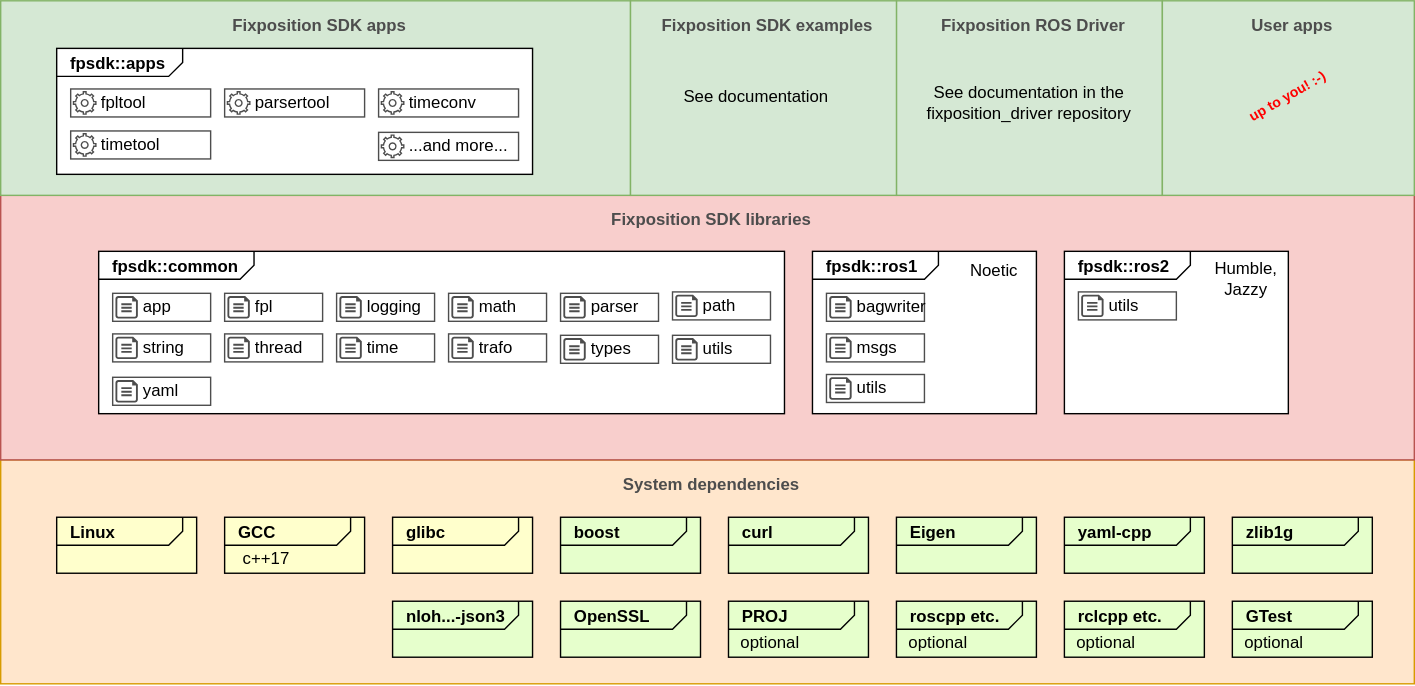
This is fpsdk_doc/fpsdk-overview.drawio.svg from fixposition/fixposition-sdk, a draw.io export, as it was before one commit. Source tidied: cells renumbered, new cells last; positions are measured from the earlier drawing's top-left corner, leaving out a move shared by most shapes.
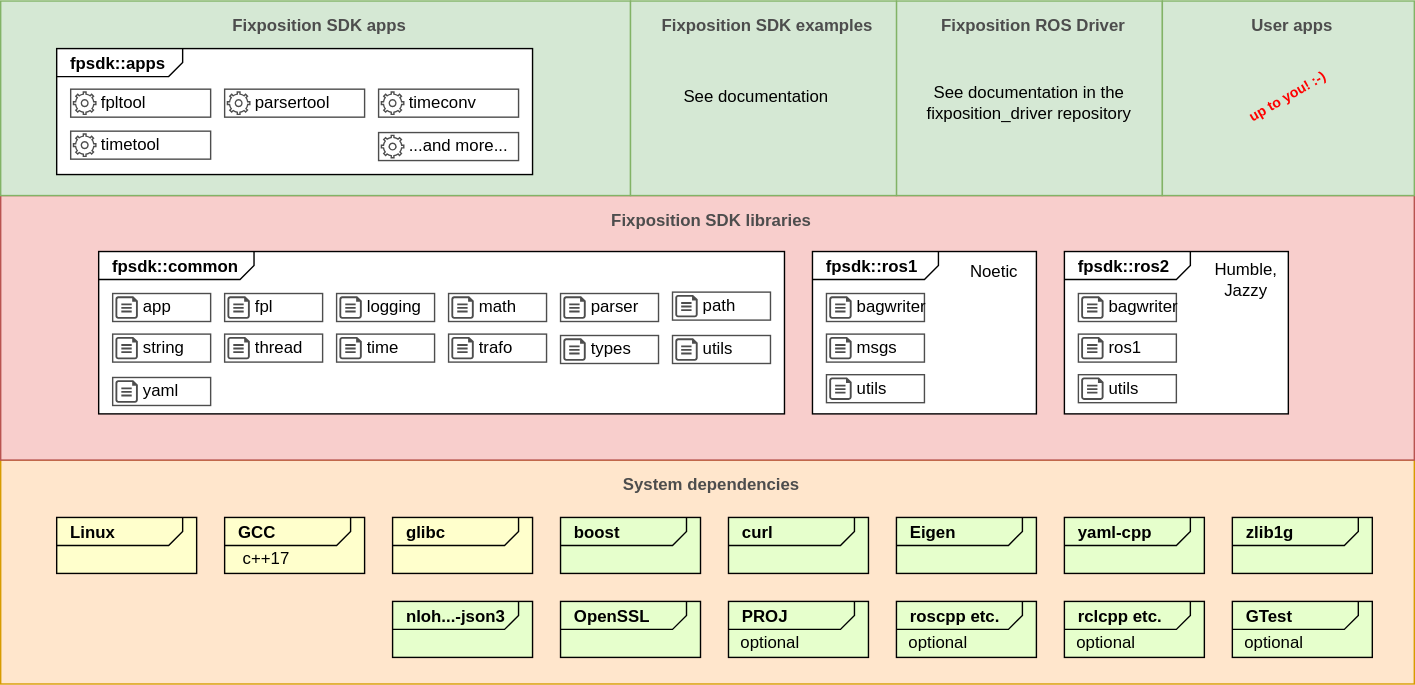
Later version of the same file.

What changed in the source:
```diff
@@ -222,7 +222,7 @@
       <mxGeometry x="760" y="179" width="160" height="116" as="geometry" />
     </mxCell>
     <mxCell id="75" style="group;" parent="1" vertex="1">
-      <mxGeometry x="770" y="208" width="70" height="20" as="geometry" />
+      <mxGeometry x="770" y="267" width="70" height="20" as="geometry" />
     </mxCell>
     <mxCell id="76" value="utils" style="whiteSpace=wrap;html=1;strokeColor=#4D4D4D;strokeWidth=1;fontSize=12;fillColor=default;align=left;spacingLeft=20;" parent="75" vertex="1">
       <mxGeometry width="70" height="20" as="geometry" />
@@ -314,5 +314,23 @@
     <mxCell id="105" value="timetool" style="whiteSpace=wrap;html=1;strokeColor=#4D4D4D;strokeWidth=1;fontSize=12;fillColor=none;align=left;spacingLeft=20;" parent="103" vertex="1">
       <mxGeometry width="100" height="20" as="geometry" />
     </mxCell>
+    <mxCell id="106" style="group;" parent="1" vertex="1">
+      <mxGeometry x="770" y="238" width="70" height="20" as="geometry" />
+    </mxCell>
+    <mxCell id="107" value="ros1" style="whiteSpace=wrap;html=1;strokeColor=#4D4D4D;strokeWidth=1;fontSize=12;fillColor=default;align=left;spacingLeft=20;" parent="106" vertex="1">
+      <mxGeometry width="70" height="20" as="geometry" />
+    </mxCell>
+    <mxCell id="108" style="verticalLabelPosition=bottom;html=1;verticalAlign=top;align=center;strokeColor=none;fillColor=#4D4D4D;shape=mxgraph.azure.cloud_services_configuration_file;fontSize=12;" parent="106" vertex="1">
+      <mxGeometry x="2" y="2" width="16" height="16" as="geometry" />
+    </mxCell>
+    <mxCell id="109" style="group;" parent="1" vertex="1">
+      <mxGeometry x="770" y="209" width="70" height="20" as="geometry" />
+    </mxCell>
+    <mxCell id="110" value="bagwriter" style="whiteSpace=wrap;html=1;strokeColor=#4D4D4D;strokeWidth=1;fontSize=12;fillColor=default;align=left;spacingLeft=20;" parent="109" vertex="1">
+      <mxGeometry width="70" height="20" as="geometry" />
+    </mxCell>
+    <mxCell id="111" style="verticalLabelPosition=bottom;html=1;verticalAlign=top;align=center;strokeColor=none;fillColor=#4D4D4D;shape=mxgraph.azure.cloud_services_configuration_file;fontSize=12;" parent="109" vertex="1">
+      <mxGeometry x="2" y="2" width="16" height="16" as="geometry" />
+    </mxCell>
   </root>
 </mxGraphModel>
```
